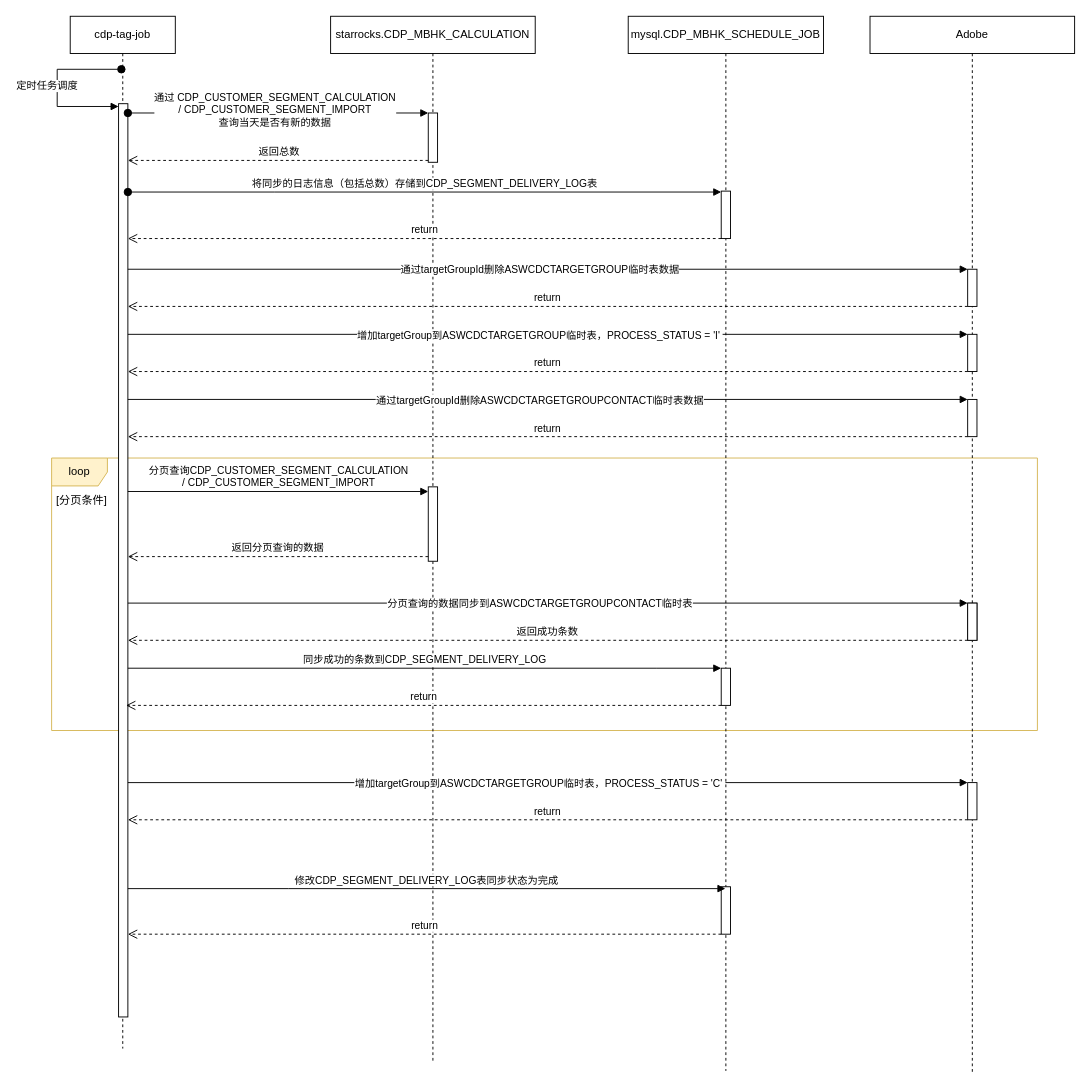
Before: CDP->Adobe.drawio in dearliwenhui/mydraw, a draw.io diagram. Source tidied: cells renumbered, new cells numbered last; positions are measured from the earlier drawing's top-left corner, leaving out a move shared by most shapes. Both pictures are drawn from the tidied source at 93%, with x=0, y=0 at pixel (40, 16).
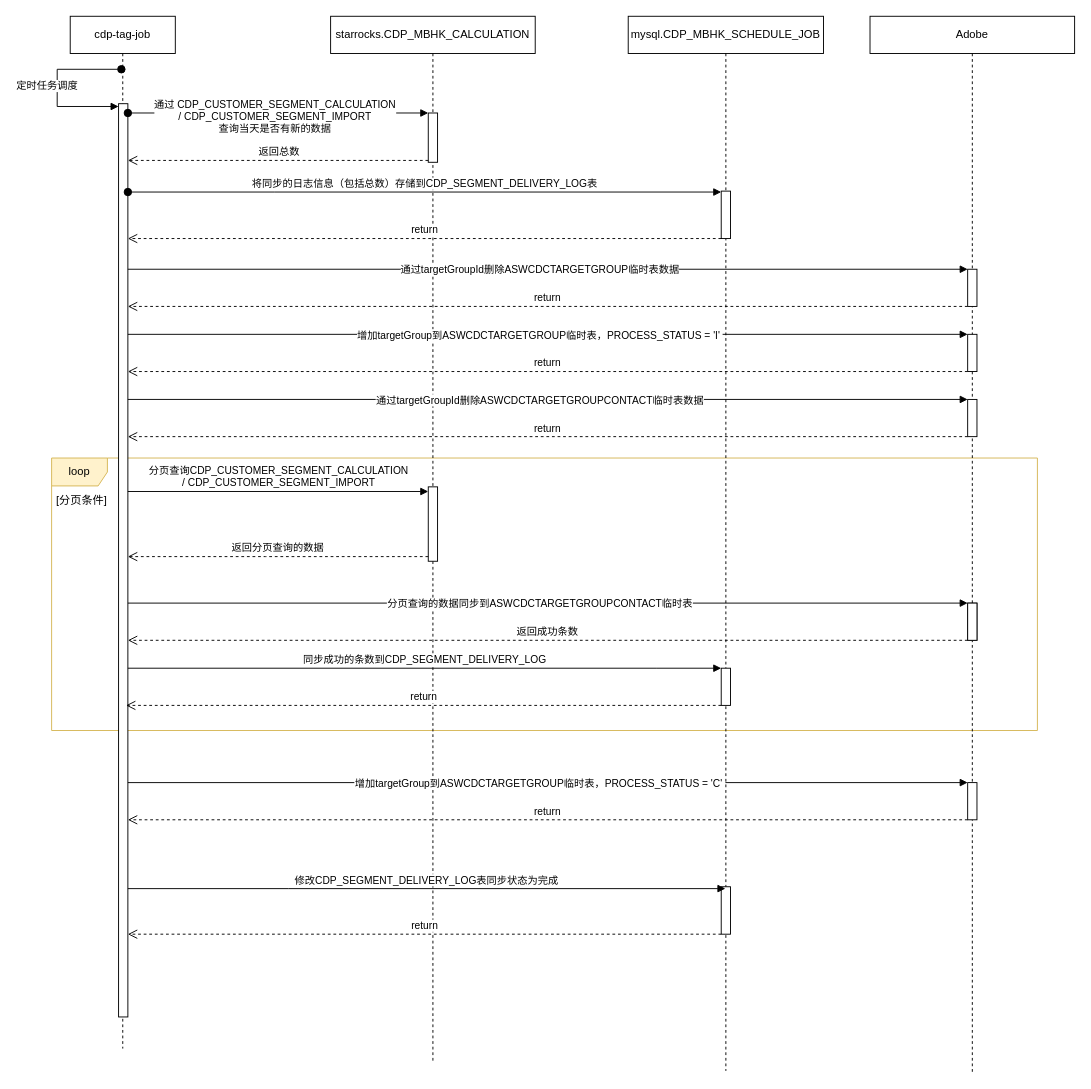
After the change.

The change refers to these unchanged cells:
```xml
<mxCell id="8" style="html=1;verticalAlign=bottom;startArrow=oval;startFill=1;endArrow=block;startSize=8;edgeStyle=elbowEdgeStyle;elbow=vertical;curved=0;rounded=0;" parent="1" edge="1" source="4" target="6">
  <mxGeometry relative="1" as="geometry">
    <Array as="points">
      <mxPoint x="392" y="104" />
    </Array>
  </mxGeometry>
</mxCell>
```

Change to the diagram source:
```diff
@@
-    <mxCell id="9" value="&lt;div&gt;通过 CDP_CUSTOMER_SEGMENT_CALCULATION&lt;/div&gt;&lt;div&gt;/&amp;nbsp;CDP_CUSTOMER_SEGMENT_IMPORT&lt;/div&gt;&lt;div&gt;查询当天是否有新的数据&lt;/div&gt;&lt;div&gt;&lt;br&gt;&lt;/div&gt;" style="edgeLabel;html=1;align=center;verticalAlign=middle;" parent="8" vertex="1">
+    <mxCell id="9" value="&lt;div&gt;通过 CDP_CUSTOMER_SEGMENT_CALCULATION&lt;/div&gt;&lt;div&gt;/&amp;nbsp;CDP_CUSTOMER_SEGMENT_IMPORT&lt;/div&gt;&lt;div&gt;查询当天是否有新的数据&lt;/div&gt;" style="edgeLabel;html=1;align=center;verticalAlign=middle;" parent="8" vertex="1">
       <mxGeometry x="-0.03" y="-3" relative="1" as="geometry" />
     </mxCell>
```
